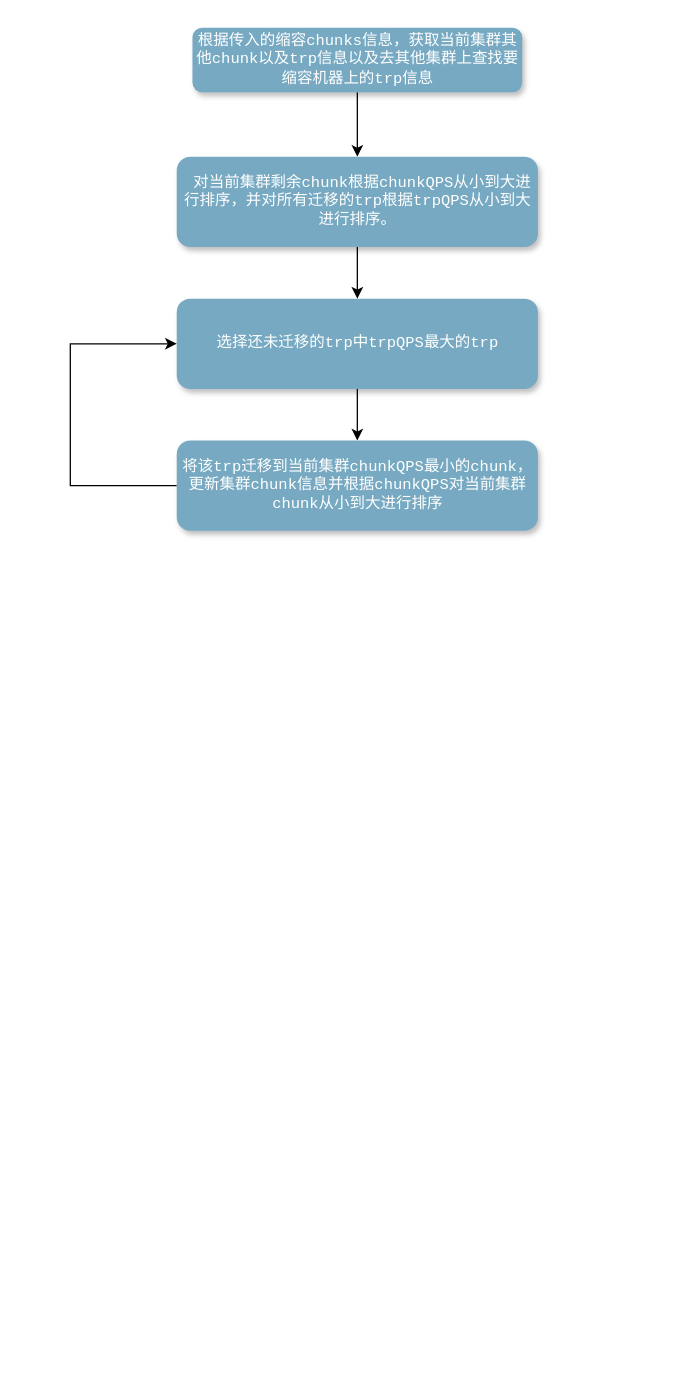
The draw.io diagram page "缩容" (6 of 15) of Untitled Diagram.drawio in SoraNimi/lbs-master, before the edit. Source tidied: cells renumbered, new cells numbered last; positions are measured from the earlier drawing's top-left corner, leaving out a move shared by most shapes. Both pictures are drawn from the tidied source at 129%, with x=0, y=0 at pixel (70, 27).
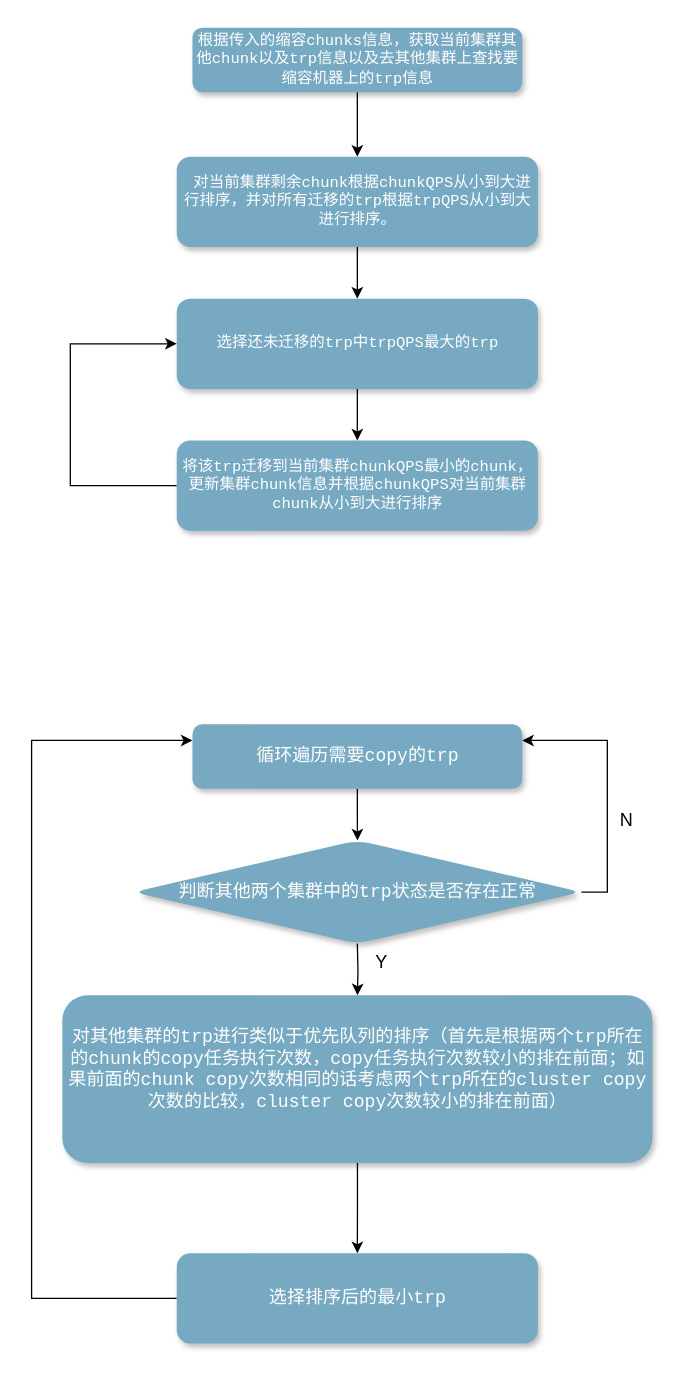
The same page after the edit.

The edit, as a diff of the source:
```diff
@@
+    <mxCell id="10" style="edgeStyle=orthogonalEdgeStyle;rounded=0;jettySize=auto;html=1;" parent="1" edge="1" source="11" target="20">
+      <mxGeometry relative="1" as="geometry" />
+    </mxCell>
+    <mxCell id="11" value="&lt;div&gt;&lt;font style=&quot;font-size: 14px&quot;&gt;循环遍历需要copy的trp&lt;/font&gt;&lt;/div&gt;" style="rounded=1;whiteSpace=wrap;html=1;fillColor=#77aac2;strokeColor=none;shadow=1;glass=0;comic=0;gradientColor=none;fontFamily=Courier New;fontColor=#FFFFFF;" parent="1" vertex="1">
+      <mxGeometry x="94.7" y="540" width="255.6" height="50" as="geometry" />
+    </mxCell>
+    <mxCell id="12" style="edgeStyle=orthogonalEdgeStyle;rounded=0;jettySize=auto;html=1;exitX=0.5;exitY=1;exitDx=0;exitDy=0;entryX=0.5;entryY=0;entryDx=0;entryDy=0;" parent="1" edge="1" target="15">
+      <mxGeometry relative="1" as="geometry">
+        <mxPoint x="222.5" y="710" as="sourcePoint" />
+      </mxGeometry>
+    </mxCell>
+    <mxCell id="13" value="Y" style="edgeLabel;html=1;align=center;verticalAlign=middle;fontSize=14;" parent="12" vertex="1">
+      <mxGeometry x="-0.3" y="4" relative="1" as="geometry">
+        <mxPoint x="14" as="offset" />
+      </mxGeometry>
+    </mxCell>
+    <mxCell id="14" style="edgeStyle=orthogonalEdgeStyle;rounded=0;jettySize=auto;html=1;fontSize=14;" parent="1" edge="1" source="15" target="17">
+      <mxGeometry relative="1" as="geometry" />
+    </mxCell>
+    <mxCell id="15" value="&lt;div&gt;&lt;span style=&quot;font-size: 14px&quot;&gt;对其他集群的trp进行类似于优先队列的排序（首先是根据两个trp所在的chunk的copy任务执行次数，copy任务执行次数较小的排在前面；如果前面的chunk copy次数相同的话考虑两个trp所在的cluster copy次数的比较，cluster copy次数较小的排在前面）&lt;/span&gt;&lt;/div&gt;&lt;div&gt;&lt;br&gt;&lt;/div&gt;" style="rounded=1;whiteSpace=wrap;html=1;fillColor=#77aac2;strokeColor=none;shadow=1;glass=0;comic=0;gradientColor=none;fontFamily=Courier New;fontColor=#FFFFFF;" parent="1" vertex="1">
+      <mxGeometry x="-6.2" y="750" width="457.5" height="130" as="geometry" />
+    </mxCell>
+    <mxCell id="16" style="edgeStyle=orthogonalEdgeStyle;rounded=0;jettySize=auto;html=1;exitX=0;exitY=0.5;exitDx=0;exitDy=0;entryX=0;entryY=0.25;entryDx=0;entryDy=0;fontSize=14;" parent="1" edge="1" source="17" target="11">
+      <mxGeometry relative="1" as="geometry">
+        <Array as="points">
+          <mxPoint x="-30" y="985" />
+          <mxPoint x="-30" y="553" />
+        </Array>
+      </mxGeometry>
+    </mxCell>
+    <mxCell id="17" value="&lt;font style=&quot;font-size: 14px&quot;&gt;选择排序后的最小trp&lt;/font&gt;" style="rounded=1;whiteSpace=wrap;html=1;fillColor=#77aac2;strokeColor=none;shadow=1;glass=0;comic=0;gradientColor=none;fontFamily=Courier New;fontColor=#FFFFFF;" parent="1" vertex="1">
+      <mxGeometry x="82.5" y="950" width="280" height="70" as="geometry" />
+    </mxCell>
+    <mxCell id="18" style="edgeStyle=orthogonalEdgeStyle;rounded=0;jettySize=auto;html=1;exitX=1;exitY=0.5;exitDx=0;exitDy=0;entryX=1;entryY=0.25;entryDx=0;entryDy=0;fontSize=14;" parent="1" edge="1" source="20" target="11">
+      <mxGeometry relative="1" as="geometry" />
+    </mxCell>
+    <mxCell id="19" value="N" style="edgeLabel;html=1;align=center;verticalAlign=middle;fontSize=14;" parent="18" vertex="1">
+      <mxGeometry x="-0.24" y="-3" relative="1" as="geometry">
+        <mxPoint x="11" as="offset" />
+      </mxGeometry>
+    </mxCell>
+    <mxCell id="20" value="&lt;font style=&quot;font-size: 14px&quot;&gt;判断其他两个集群中的trp状态是否存在正常&lt;/font&gt;" style="rhombus;whiteSpace=wrap;html=1;fontFamily=Courier New;fillColor=#77aac2;strokeColor=none;fontColor=#FFFFFF;rounded=1;shadow=1;glass=0;comic=0;gradientColor=none;" parent="1" vertex="1">
+      <mxGeometry x="48.8" y="630" width="347.5" height="80" as="geometry" />
+    </mxCell>
```
